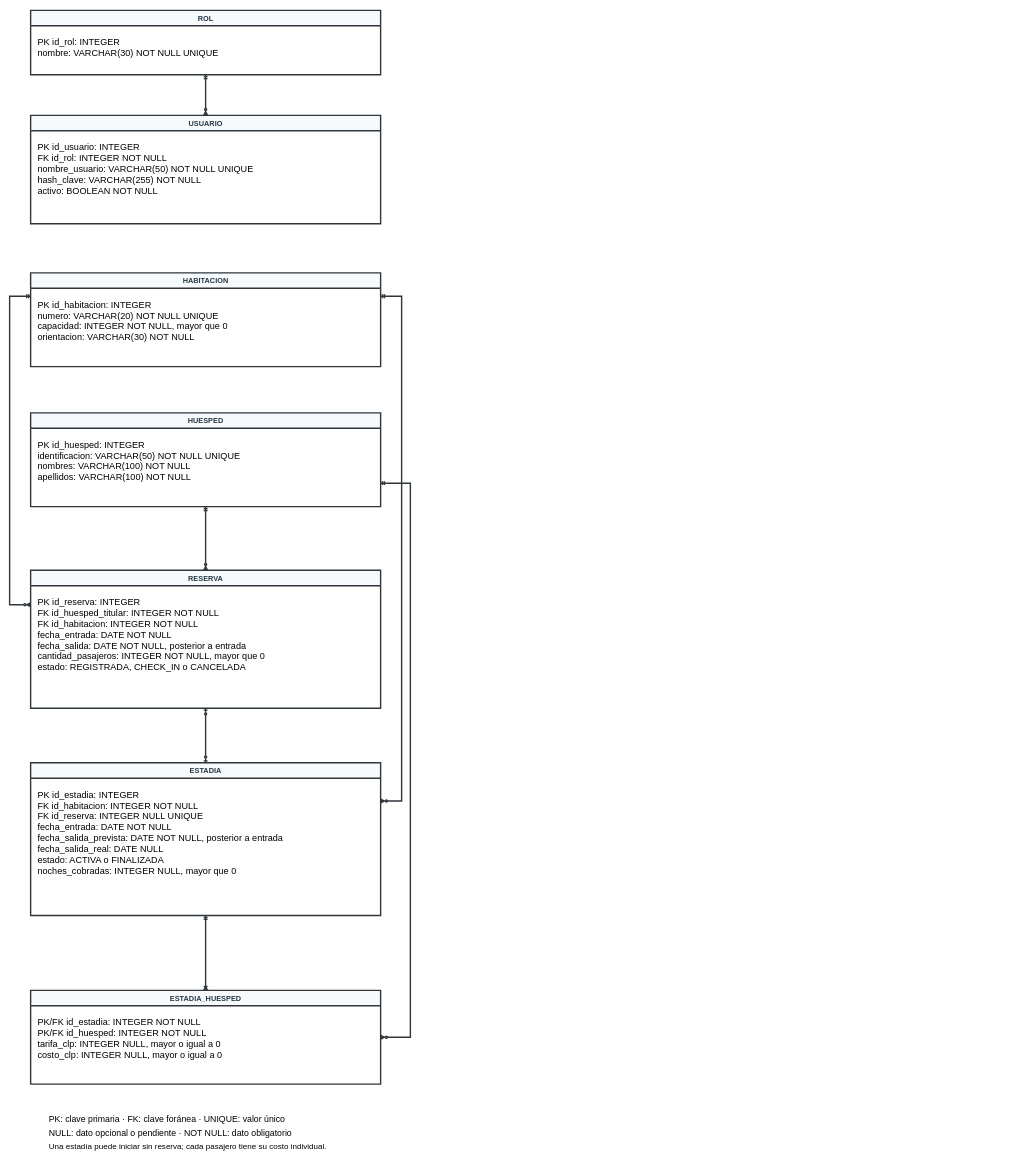
The draw.io diagram diagramas-editables/modelo-de-datos.drawio in Yutre3/hotel-duerme-bien, before the edit. Source tidied: cells renumbered, new cells numbered last; positions are measured from the earlier drawing's top-left corner, leaving out a move shared by most shapes. Both pictures are drawn from the tidied source at 35%, with x=0, y=0 at pixel (9, 10).
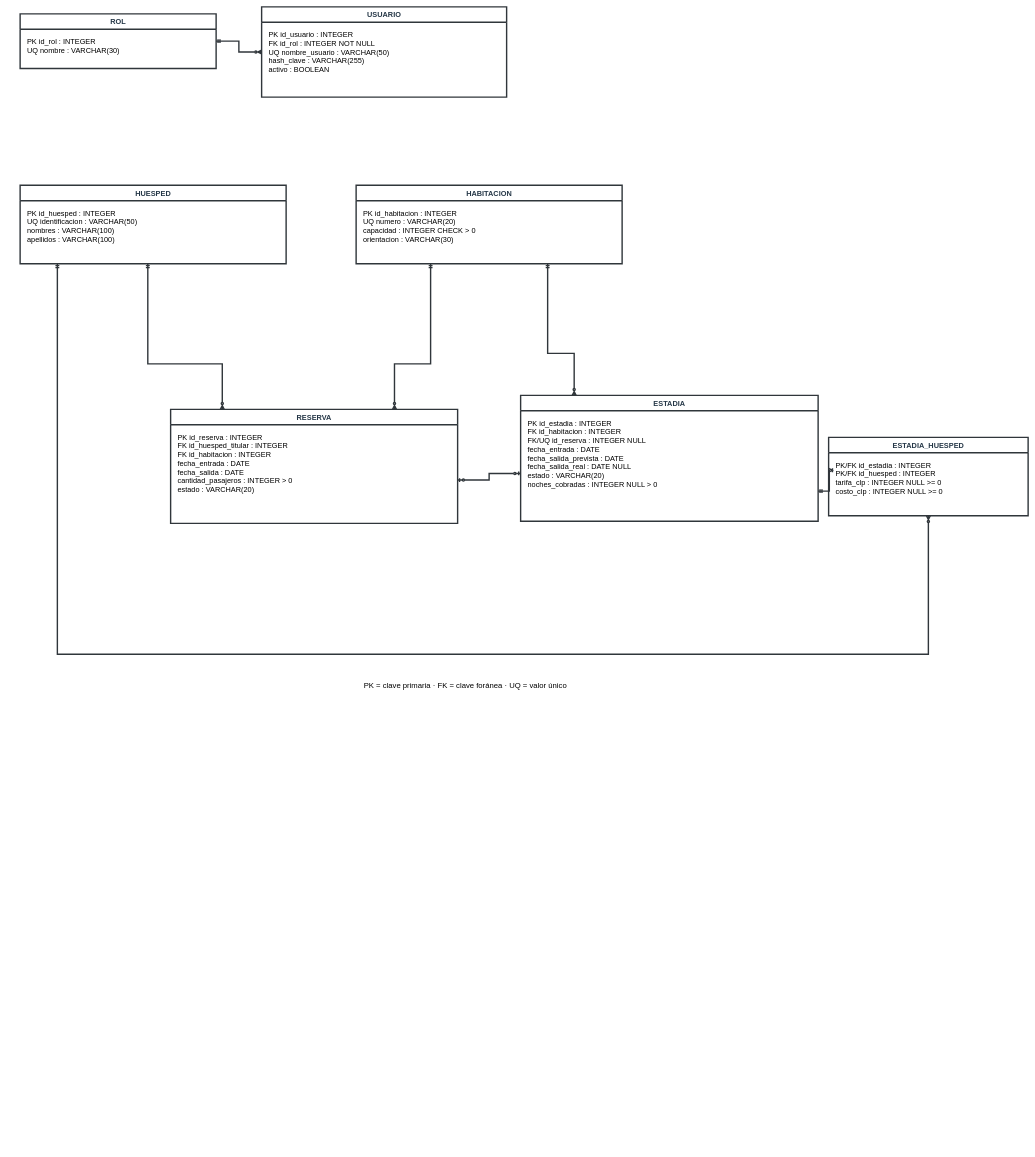
After the change.

Change to the diagram source:
```diff
@@
-    <mxCell id="2" value="ROL" style="shape=swimlane;startSize=44;horizontal=1;html=0;whiteSpace=wrap;strokeColor=#30363b;strokeWidth=4;fillColor=#f7fafc;fontColor=#253747;fontSize=21;fontStyle=1;" parent="1" vertex="1">
-      <mxGeometry x="60" width="1000" height="184" as="geometry" />
+    <mxCell id="2" value="ROL" style="shape=swimlane;startSize=44;horizontal=1;html=0;whiteSpace=wrap;strokeColor=#30363b;strokeWidth=4;fillColor=#ffffff;fontColor=#253747;fontSize=21;fontStyle=1;" parent="1" vertex="1">
+      <mxGeometry x="30" y="10" width="560" height="156" as="geometry" />
     </mxCell>
-    <mxCell id="3" value="PK id_rol: INTEGER&#10;nombre: VARCHAR(30) NOT NULL UNIQUE" style="text;html=0;strokeColor=none;fillColor=none;align=left;verticalAlign=top;spacingLeft=18;fontSize=26;" parent="2" vertex="1">
-      <mxGeometry y="68" width="1000" height="84" as="geometry" />
+    <mxCell id="3" value="PK id_rol : INTEGER&#10;UQ nombre : VARCHAR(30)" style="text;html=0;strokeColor=none;fillColor=none;align=left;verticalAlign=top;spacingLeft=18;fontSize=21;" parent="2" vertex="1">
+      <mxGeometry y="60" width="560" height="68" as="geometry" />
     </mxCell>
-    <mxCell id="4" value="USUARIO" style="shape=swimlane;startSize=44;horizontal=1;html=0;whiteSpace=wrap;strokeColor=#30363b;strokeWidth=4;fillColor=#f7fafc;fontColor=#253747;fontSize=21;fontStyle=1;" parent="1" vertex="1">
-      <mxGeometry x="60" y="300" width="1000" height="310" as="geometry" />
+    <mxCell id="4" value="USUARIO" style="shape=swimlane;startSize=44;horizontal=1;html=0;whiteSpace=wrap;strokeColor=#30363b;strokeWidth=4;fillColor=#ffffff;fontColor=#253747;fontSize=21;fontStyle=1;" parent="1" vertex="1">
+      <mxGeometry x="720" y="-10" width="700" height="258" as="geometry" />
     </mxCell>
-    <mxCell id="5" value="PK id_usuario: INTEGER&#10;FK id_rol: INTEGER NOT NULL&#10;nombre_usuario: VARCHAR(50) NOT NULL UNIQUE&#10;hash_clave: VARCHAR(255) NOT NULL&#10;activo: BOOLEAN NOT NULL" style="text;html=0;strokeColor=none;fillColor=none;align=left;verticalAlign=top;spacingLeft=18;fontSize=26;" parent="4" vertex="1">
-      <mxGeometry y="68" width="1000" height="210" as="geometry" />
+    <mxCell id="5" value="PK id_usuario : INTEGER&#10;FK id_rol : INTEGER NOT NULL&#10;UQ nombre_usuario : VARCHAR(50)&#10;hash_clave : VARCHAR(255)&#10;activo : BOOLEAN" style="text;html=0;strokeColor=none;fillColor=none;align=left;verticalAlign=top;spacingLeft=18;fontSize=21;" parent="4" vertex="1">
+      <mxGeometry y="60" width="700" height="170" as="geometry" />
     </mxCell>
+    <mxCell id="8" value="HUESPED" style="shape=swimlane;startSize=44;horizontal=1;html=0;whiteSpace=wrap;strokeColor=#30363b;strokeWidth=4;fillColor=#ffffff;fontColor=#253747;fontSize=21;fontStyle=1;" parent="1" vertex="1">
+      <mxGeometry x="30" y="500" width="760" height="224" as="geometry" />
+    </mxCell>
+    <mxCell id="9" value="PK id_huesped : INTEGER&#10;UQ identificacion : VARCHAR(50)&#10;nombres : VARCHAR(100)&#10;apellidos : VARCHAR(100)" style="text;html=0;strokeColor=none;fillColor=none;align=left;verticalAlign=top;spacingLeft=18;fontSize=21;" parent="8" vertex="1">
+      <mxGeometry y="60" width="760" height="136" as="geometry" />
+    </mxCell>
-    <mxCell id="6" value="HABITACION" style="shape=swimlane;startSize=44;horizontal=1;html=0;whiteSpace=wrap;strokeColor=#30363b;strokeWidth=4;fillColor=#f7fafc;fontColor=#253747;fontSize=21;fontStyle=1;" parent="1" vertex="1">
-      <mxGeometry x="60" y="750" width="1000" height="268" as="geometry" />
+    <mxCell id="6" value="HABITACION" style="shape=swimlane;startSize=44;horizontal=1;html=0;whiteSpace=wrap;strokeColor=#30363b;strokeWidth=4;fillColor=#ffffff;fontColor=#253747;fontSize=21;fontStyle=1;" parent="1" vertex="1">
+      <mxGeometry x="990" y="500" width="760" height="224" as="geometry" />
     </mxCell>
-    <mxCell id="7" value="PK id_habitacion: INTEGER&#10;numero: VARCHAR(20) NOT NULL UNIQUE&#10;capacidad: INTEGER NOT NULL, mayor que 0&#10;orientacion: VARCHAR(30) NOT NULL" style="text;html=0;strokeColor=none;fillColor=none;align=left;verticalAlign=top;spacingLeft=18;fontSize=26;" parent="6" vertex="1">
-      <mxGeometry y="68" width="1000" height="168" as="geometry" />
+    <mxCell id="7" value="PK id_habitacion : INTEGER&#10;UQ numero : VARCHAR(20)&#10;capacidad : INTEGER CHECK &gt; 0&#10;orientacion : VARCHAR(30)" style="text;html=0;strokeColor=none;fillColor=none;align=left;verticalAlign=top;spacingLeft=18;fontSize=21;" parent="6" vertex="1">
+      <mxGeometry y="60" width="760" height="136" as="geometry" />
     </mxCell>
-    <mxCell id="8" value="HUESPED" style="shape=swimlane;startSize=44;horizontal=1;html=0;whiteSpace=wrap;strokeColor=#30363b;strokeWidth=4;fillColor=#f7fafc;fontColor=#253747;fontSize=21;fontStyle=1;" parent="1" vertex="1">
-      <mxGeometry x="60" y="1150" width="1000" height="268" as="geometry" />
-    </mxCell>
-    <mxCell id="9" value="PK id_huesped: INTEGER&#10;identificacion: VARCHAR(50) NOT NULL UNIQUE&#10;nombres: VARCHAR(100) NOT NULL&#10;apellidos: VARCHAR(100) NOT NULL" style="text;html=0;strokeColor=none;fillColor=none;align=left;verticalAlign=top;spacingLeft=18;fontSize=26;" parent="8" vertex="1">
-      <mxGeometry y="68" width="1000" height="168" as="geometry" />
-    </mxCell>
-    <mxCell id="10" value="RESERVA" style="shape=swimlane;startSize=44;horizontal=1;html=0;whiteSpace=wrap;strokeColor=#30363b;strokeWidth=4;fillColor=#f7fafc;fontColor=#253747;fontSize=21;fontStyle=1;" parent="1" vertex="1">
-      <mxGeometry x="60" y="1600" width="1000" height="394" as="geometry" />
+    <mxCell id="10" value="RESERVA" style="shape=swimlane;startSize=44;horizontal=1;html=0;whiteSpace=wrap;strokeColor=#30363b;strokeWidth=4;fillColor=#ffffff;fontColor=#253747;fontSize=21;fontStyle=1;" parent="1" vertex="1">
+      <mxGeometry x="460" y="1140" width="820" height="326" as="geometry" />
     </mxCell>
-    <mxCell id="11" value="PK id_reserva: INTEGER&#10;FK id_huesped_titular: INTEGER NOT NULL&#10;FK id_habitacion: INTEGER NOT NULL&#10;fecha_entrada: DATE NOT NULL&#10;fecha_salida: DATE NOT NULL, posterior a entrada&#10;cantidad_pasajeros: INTEGER NOT NULL, mayor que 0&#10;estado: REGISTRADA, CHECK_IN o CANCELADA" style="text;html=0;strokeColor=none;fillColor=none;align=left;verticalAlign=top;spacingLeft=18;fontSize=26;" parent="10" vertex="1">
-      <mxGeometry y="68" width="1000" height="294" as="geometry" />
+    <mxCell id="11" value="PK id_reserva : INTEGER&#10;FK id_huesped_titular : INTEGER&#10;FK id_habitacion : INTEGER&#10;fecha_entrada : DATE&#10;fecha_salida : DATE&#10;cantidad_pasajeros : INTEGER &gt; 0&#10;estado : VARCHAR(20)" style="text;html=0;strokeColor=none;fillColor=none;align=left;verticalAlign=top;spacingLeft=18;fontSize=21;" parent="10" vertex="1">
+      <mxGeometry y="60" width="820" height="238" as="geometry" />
     </mxCell>
-    <mxCell id="12" value="ESTADIA" style="shape=swimlane;startSize=44;horizontal=1;html=0;whiteSpace=wrap;strokeColor=#30363b;strokeWidth=4;fillColor=#f7fafc;fontColor=#253747;fontSize=21;fontStyle=1;" parent="1" vertex="1">
-      <mxGeometry x="60" y="2150" width="1000" height="436" as="geometry" />
+    <mxCell id="12" value="ESTADIA" style="shape=swimlane;startSize=44;horizontal=1;html=0;whiteSpace=wrap;strokeColor=#30363b;strokeWidth=4;fillColor=#ffffff;fontColor=#253747;fontSize=21;fontStyle=1;" parent="1" vertex="1">
+      <mxGeometry x="1460" y="1100" width="850" height="360" as="geometry" />
     </mxCell>
-    <mxCell id="13" value="PK id_estadia: INTEGER&#10;FK id_habitacion: INTEGER NOT NULL&#10;FK id_reserva: INTEGER NULL UNIQUE&#10;fecha_entrada: DATE NOT NULL&#10;fecha_salida_prevista: DATE NOT NULL, posterior a entrada&#10;fecha_salida_real: DATE NULL&#10;estado: ACTIVA o FINALIZADA&#10;noches_cobradas: INTEGER NULL, mayor que 0" style="text;html=0;strokeColor=none;fillColor=none;align=left;verticalAlign=top;spacingLeft=18;fontSize=26;" parent="12" vertex="1">
-      <mxGeometry y="68" width="1000" height="336" as="geometry" />
+    <mxCell id="13" value="PK id_estadia : INTEGER&#10;FK id_habitacion : INTEGER&#10;FK/UQ id_reserva : INTEGER NULL&#10;fecha_entrada : DATE&#10;fecha_salida_prevista : DATE&#10;fecha_salida_real : DATE NULL&#10;estado : VARCHAR(20)&#10;noches_cobradas : INTEGER NULL &gt; 0" style="text;html=0;strokeColor=none;fillColor=none;align=left;verticalAlign=top;spacingLeft=18;fontSize=21;" parent="12" vertex="1">
+      <mxGeometry y="60" width="850" height="272" as="geometry" />
     </mxCell>
-    <mxCell id="14" value="ESTADIA_HUESPED" style="shape=swimlane;startSize=44;horizontal=1;html=0;whiteSpace=wrap;strokeColor=#30363b;strokeWidth=4;fillColor=#f7fafc;fontColor=#253747;fontSize=21;fontStyle=1;" parent="1" vertex="1">
-      <mxGeometry x="60" y="2800" width="1000" height="268" as="geometry" />
+    <mxCell id="14" value="ESTADIA_HUESPED" style="shape=swimlane;startSize=44;horizontal=1;html=0;whiteSpace=wrap;strokeColor=#30363b;strokeWidth=4;fillColor=#ffffff;fontColor=#253747;fontSize=21;fontStyle=1;" parent="1" vertex="1">
+      <mxGeometry x="2340" y="1220" width="570" height="224" as="geometry" />
     </mxCell>
-    <mxCell id="15" value="PK/FK id_estadia: INTEGER NOT NULL&#10;PK/FK id_huesped: INTEGER NOT NULL&#10;tarifa_clp: INTEGER NULL, mayor o igual a 0&#10;costo_clp: INTEGER NULL, mayor o igual a 0" style="text;html=0;strokeColor=none;fillColor=none;align=left;verticalAlign=top;spacingLeft=18;fontSize=26;" parent="14" vertex="1">
-      <mxGeometry y="68" width="1000" height="168" as="geometry" />
+    <mxCell id="15" value="PK/FK id_estadia : INTEGER&#10;PK/FK id_huesped : INTEGER&#10;tarifa_clp : INTEGER NULL &gt;= 0&#10;costo_clp : INTEGER NULL &gt;= 0" style="text;html=0;strokeColor=none;fillColor=none;align=left;verticalAlign=top;spacingLeft=18;fontSize=21;" parent="14" vertex="1">
+      <mxGeometry y="60" width="570" height="136" as="geometry" />
     </mxCell>
-    <mxCell id="16" style="html=0;edgeStyle=orthogonalEdgeStyle;jettySize=32;rounded=0;strokeWidth=4;strokeColor=#30363b;fontSize=22;fontStyle=1;fontColor=#163b50;labelBackgroundColor=#ffffff;endArrow=ERzeroToMany;endFill=0;startArrow=ERmandOne;startFill=0;exitX=0.5;exitY=1;exitPerimeter=0;entryX=0.5;entryY=0;entryPerimeter=0;" parent="1" edge="1" source="2" target="4">
+    <mxCell id="16" style="html=0;edgeStyle=orthogonalEdgeStyle;jettySize=32;rounded=0;strokeWidth=4;strokeColor=#30363b;fontSize=22;fontStyle=1;fontColor=#163b50;labelBackgroundColor=#ffffff;endArrow=ERzeroToMany;endFill=0;startArrow=ERmandOne;startFill=0;exitX=1;exitY=0.5;exitPerimeter=0;entryX=0;entryY=0.5;entryPerimeter=0;" parent="1" edge="1" source="2" target="4">
       <mxGeometry relative="1" as="geometry" />
     </mxCell>
-    <mxCell id="17" style="html=0;edgeStyle=orthogonalEdgeStyle;jettySize=32;rounded=0;strokeWidth=4;strokeColor=#30363b;fontSize=22;fontStyle=1;fontColor=#163b50;labelBackgroundColor=#ffffff;endArrow=ERzeroToMany;endFill=0;startArrow=ERmandOne;startFill=0;exitX=0;exitY=0.25;exitPerimeter=0;entryX=0;entryY=0.25;entryPerimeter=0;" parent="1" edge="1" source="6" target="10">
+    <mxCell id="17" style="html=0;edgeStyle=orthogonalEdgeStyle;jettySize=32;rounded=0;strokeWidth=4;strokeColor=#30363b;fontSize=22;fontStyle=1;fontColor=#163b50;labelBackgroundColor=#ffffff;endArrow=ERzeroToMany;endFill=0;startArrow=ERmandOne;startFill=0;exitX=0.48;exitY=1;exitPerimeter=0;entryX=0.18;entryY=0;entryPerimeter=0;" parent="1" edge="1" source="8" target="10">
       <mxGeometry relative="1" as="geometry">
         <Array as="points">
-          <mxPoint y="817" />
-          <mxPoint y="1698.5" />
+          <mxPoint x="395" y="1010" />
+          <mxPoint x="608" y="1010" />
         </Array>
       </mxGeometry>
     </mxCell>
-    <mxCell id="18" style="html=0;edgeStyle=orthogonalEdgeStyle;jettySize=32;rounded=0;strokeWidth=4;strokeColor=#30363b;fontSize=22;fontStyle=1;fontColor=#163b50;labelBackgroundColor=#ffffff;endArrow=ERzeroToMany;endFill=0;startArrow=ERmandOne;startFill=0;exitX=1;exitY=0.25;exitPerimeter=0;entryX=1;entryY=0.25;entryPerimeter=0;" parent="1" edge="1" source="6" target="12">
+    <mxCell id="18" style="html=0;edgeStyle=orthogonalEdgeStyle;jettySize=32;rounded=0;strokeWidth=4;strokeColor=#30363b;fontSize=22;fontStyle=1;fontColor=#163b50;labelBackgroundColor=#ffffff;endArrow=ERzeroToMany;endFill=0;startArrow=ERmandOne;startFill=0;exitX=0.28;exitY=1;exitPerimeter=0;entryX=0.78;entryY=0;entryPerimeter=0;" parent="1" edge="1" source="6" target="10">
       <mxGeometry relative="1" as="geometry">
         <Array as="points">
-          <mxPoint x="1120" y="817" />
-          <mxPoint x="1120" y="2259" />
+          <mxPoint x="1203" y="1010" />
+          <mxPoint x="1100" y="1010" />
         </Array>
       </mxGeometry>
     </mxCell>
-    <mxCell id="19" style="html=0;edgeStyle=orthogonalEdgeStyle;jettySize=32;rounded=0;strokeWidth=4;strokeColor=#30363b;fontSize=22;fontStyle=1;fontColor=#163b50;labelBackgroundColor=#ffffff;endArrow=ERzeroToMany;endFill=0;startArrow=ERmandOne;startFill=0;exitX=0.5;exitY=1;exitPerimeter=0;entryX=0.5;entryY=0;entryPerimeter=0;" parent="1" edge="1" source="8" target="10">
-      <mxGeometry relative="1" as="geometry" />
+    <mxCell id="19" style="html=0;edgeStyle=orthogonalEdgeStyle;jettySize=32;rounded=0;strokeWidth=4;strokeColor=#30363b;fontSize=22;fontStyle=1;fontColor=#163b50;labelBackgroundColor=#ffffff;endArrow=ERzeroToMany;endFill=0;startArrow=ERmandOne;startFill=0;exitX=0.72;exitY=1;exitPerimeter=0;entryX=0.18;entryY=0;entryPerimeter=0;" parent="1" edge="1" source="6" target="12">
+      <mxGeometry relative="1" as="geometry">
+        <Array as="points">
+          <mxPoint x="1537" y="980" />
+          <mxPoint x="1613" y="980" />
+        </Array>
+      </mxGeometry>
     </mxCell>
-    <mxCell id="20" style="html=0;edgeStyle=orthogonalEdgeStyle;jettySize=32;rounded=0;strokeWidth=4;strokeColor=#30363b;fontSize=22;fontStyle=1;fontColor=#163b50;labelBackgroundColor=#ffffff;endArrow=ERzeroToOne;endFill=0;startArrow=ERzeroToOne;startFill=0;exitX=0.5;exitY=1;exitPerimeter=0;entryX=0.5;entryY=0;entryPerimeter=0;" parent="1" edge="1" source="10" target="12">
+    <mxCell id="20" style="html=0;edgeStyle=orthogonalEdgeStyle;jettySize=32;rounded=0;strokeWidth=4;strokeColor=#30363b;fontSize=22;fontStyle=1;fontColor=#163b50;labelBackgroundColor=#ffffff;endArrow=ERzeroToOne;endFill=0;startArrow=ERzeroToOne;startFill=0;exitX=1;exitY=0.62;exitPerimeter=0;entryX=0;entryY=0.62;entryPerimeter=0;" parent="1" edge="1" source="10" target="12">
       <mxGeometry relative="1" as="geometry" />
     </mxCell>
-    <mxCell id="21" style="html=0;edgeStyle=orthogonalEdgeStyle;jettySize=32;rounded=0;strokeWidth=4;strokeColor=#30363b;fontSize=22;fontStyle=1;fontColor=#163b50;labelBackgroundColor=#ffffff;endArrow=ERoneToMany;endFill=0;startArrow=ERmandOne;startFill=0;exitX=0.5;exitY=1;exitPerimeter=0;entryX=0.5;entryY=0;entryPerimeter=0;" parent="1" edge="1" source="12" target="14">
+    <mxCell id="21" style="html=0;edgeStyle=orthogonalEdgeStyle;jettySize=32;rounded=0;strokeWidth=4;strokeColor=#30363b;fontSize=22;fontStyle=1;fontColor=#163b50;labelBackgroundColor=#ffffff;endArrow=ERoneToMany;endFill=0;startArrow=ERmandOne;startFill=0;exitX=1;exitY=0.76;exitPerimeter=0;entryX=0;entryY=0.42;entryPerimeter=0;" parent="1" edge="1" source="12" target="14">
       <mxGeometry relative="1" as="geometry" />
     </mxCell>
-    <mxCell id="22" style="html=0;edgeStyle=orthogonalEdgeStyle;jettySize=32;rounded=0;strokeWidth=4;strokeColor=#30363b;fontSize=22;fontStyle=1;fontColor=#163b50;labelBackgroundColor=#ffffff;endArrow=ERzeroToMany;endFill=0;startArrow=ERmandOne;startFill=0;exitX=1;exitY=0.75;exitPerimeter=0;entryX=1;entryY=0.5;entryPerimeter=0;" parent="1" edge="1" source="8" target="14">
+    <mxCell id="22" style="html=0;edgeStyle=orthogonalEdgeStyle;jettySize=32;rounded=0;strokeWidth=4;strokeColor=#30363b;fontSize=22;fontStyle=1;fontColor=#163b50;labelBackgroundColor=#ffffff;endArrow=ERzeroToMany;endFill=0;startArrow=ERmandOne;startFill=0;exitX=0.14;exitY=1;exitPerimeter=0;entryX=0.5;entryY=1;entryPerimeter=0;" parent="1" edge="1" source="8" target="14">
       <mxGeometry relative="1" as="geometry">
         <Array as="points">
-          <mxPoint x="1145" y="1351" />
-          <mxPoint x="1145" y="2934" />
+          <mxPoint x="136" y="1840" />
+          <mxPoint x="2625" y="1840" />
         </Array>
       </mxGeometry>
     </mxCell>
-    <mxCell id="23" value="PK: clave primaria   ·   FK: clave foránea   ·   UNIQUE: valor único" style="text;html=0;strokeColor=none;fillColor=none;fontSize=25;" parent="1" vertex="1">
-      <mxGeometry x="110" y="3145" width="900" height="35" as="geometry" />
+    <mxCell id="23" value="PK = clave primaria   ·   FK = clave foránea   ·   UQ = valor único" style="text;html=0;strokeColor=none;fillColor=none;fontSize=22;" parent="1" vertex="1">
+      <mxGeometry x="1010" y="1910" width="900" height="35" as="geometry" />
     </mxCell>
-    <mxCell id="24" value="NULL: dato opcional o pendiente   ·   NOT NULL: dato obligatorio" style="text;html=0;strokeColor=none;fillColor=none;fontSize=25;" parent="1" vertex="1">
-      <mxGeometry x="110" y="3185" width="900" height="35" as="geometry" />
-    </mxCell>
-    <mxCell id="25" value="Una estadía puede iniciar sin reserva; cada pasajero tiene su costo individual." style="text;html=0;strokeColor=none;fillColor=none;fontSize=23;" parent="1" vertex="1">
-      <mxGeometry x="110" y="3225" width="900" height="35" as="geometry" />
-    </mxCell>
```
